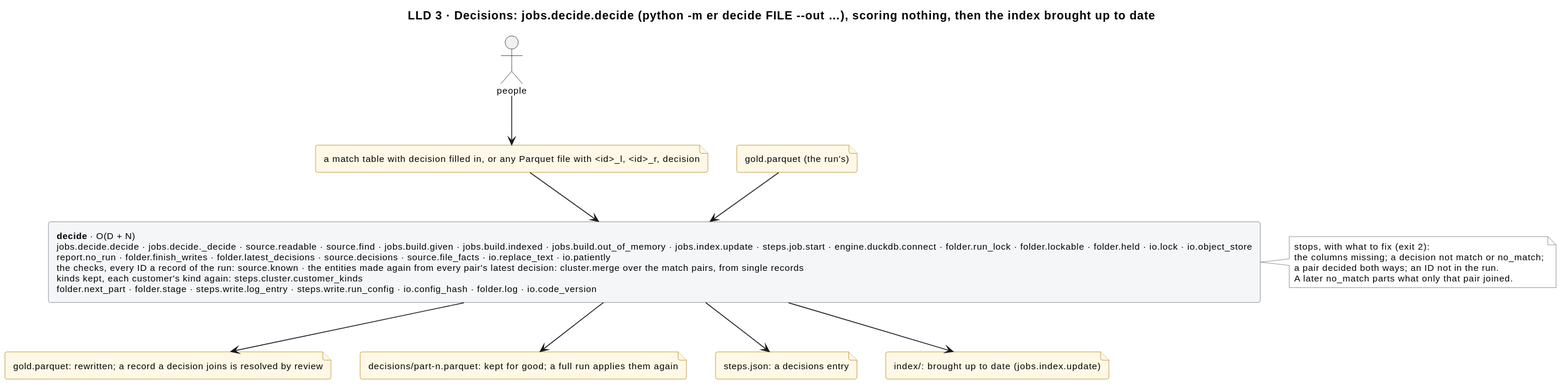
Earlier version of the PlantUML export docs/diagrams/decisions.svg (mvsbm/entity_matching).
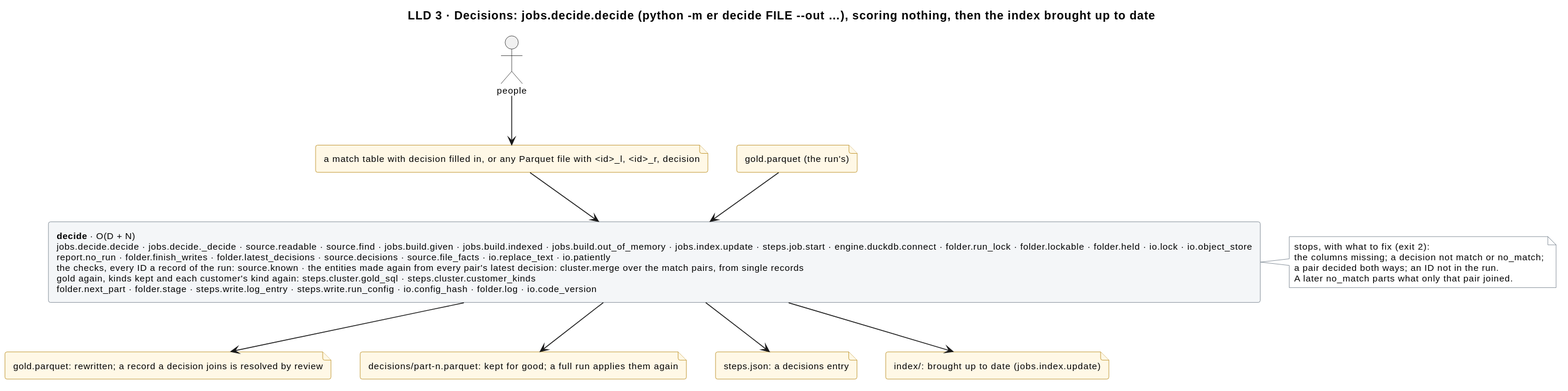
The same file after the commit.

Change to the diagram source:
```diff
@@ -18,7 +18,7 @@
 file "a match table with decision filled in, or any Parquet file with <id>_l, <id>_r, decision" as f_decided
 file "gold.parquet (the run's)" as f_gold_in
 
-rectangle "<b>decide</b> · O(D + N)\njobs.decide.decide · jobs.decide._decide · source.readable · source.find · jobs.build.given · jobs.build.indexed · jobs.build.out_of_memory · jobs.index.update · steps.job.start · engine.duckdb.connect · folder.run_lock · folder.lockable · folder.held · io.lock · io.object_store\nreport.no_run · folder.finish_writes · folder.latest_decisions · source.decisions · source.file_facts · io.replace_text · io.patiently\nthe checks, every ID a record of the run: source.known · the entities made again from every pair's latest decision: cluster.merge over the match pairs, from single records\nkinds kept, each customer's kind again: steps.cluster.customer_kinds\nfolder.next_part · folder.stage · steps.write.log_entry · steps.write.run_config · io.config_hash · folder.log · io.code_version" as decide
+rectangle "<b>decide</b> · O(D + N)\njobs.decide.decide · jobs.decide._decide · source.readable · source.find · jobs.build.given · jobs.build.indexed · jobs.build.out_of_memory · jobs.index.update · steps.job.start · engine.duckdb.connect · folder.run_lock · folder.lockable · folder.held · io.lock · io.object_store\nreport.no_run · folder.finish_writes · folder.latest_decisions · source.decisions · source.file_facts · io.replace_text · io.patiently\nthe checks, every ID a record of the run: source.known · the entities made again from every pair's latest decision: cluster.merge over the match pairs, from single records\ngold again, kinds kept and each customer's kind again: steps.cluster.gold_sql · steps.cluster.customer_kinds\nfolder.next_part · folder.stage · steps.write.log_entry · steps.write.run_config · io.config_hash · folder.log · io.code_version" as decide
 
 note right of decide
   stops, with what to fix (exit 2):
```
